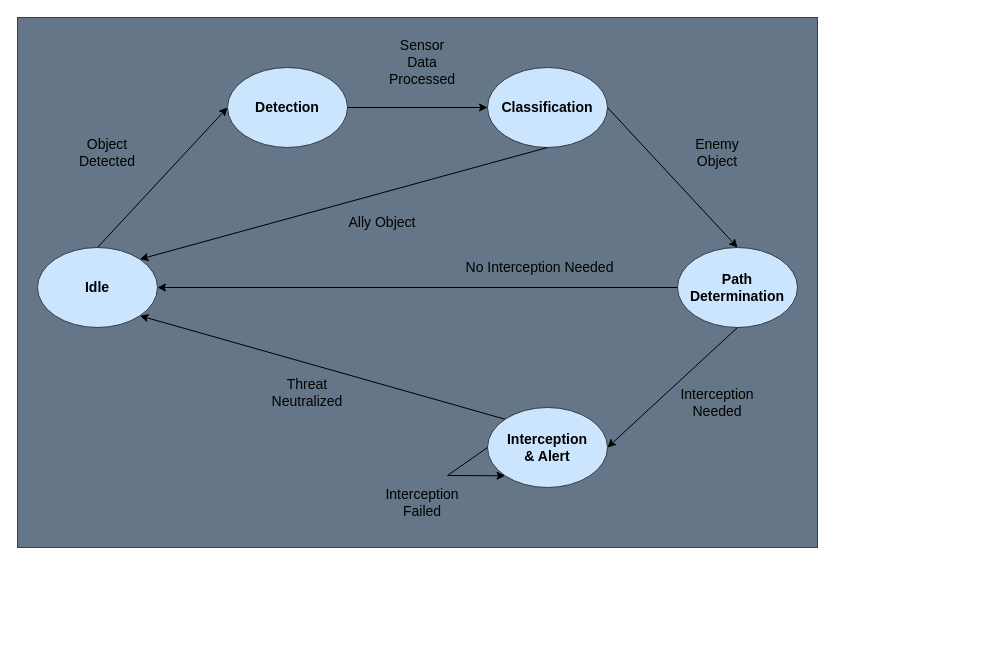
Earlier version of the draw.io diagram systemDesign/FSM v03 - Real-Time ADS.drawio (MuhammadMuazen/ADSFReeRTOS). Source tidied: cells renumbered, new cells numbered last; positions are measured from the earlier drawing's top-left corner, leaving out a move shared by most shapes. Both pictures are drawn from the tidied source at 100%, with x=0, y=0 at pixel (17, 17).
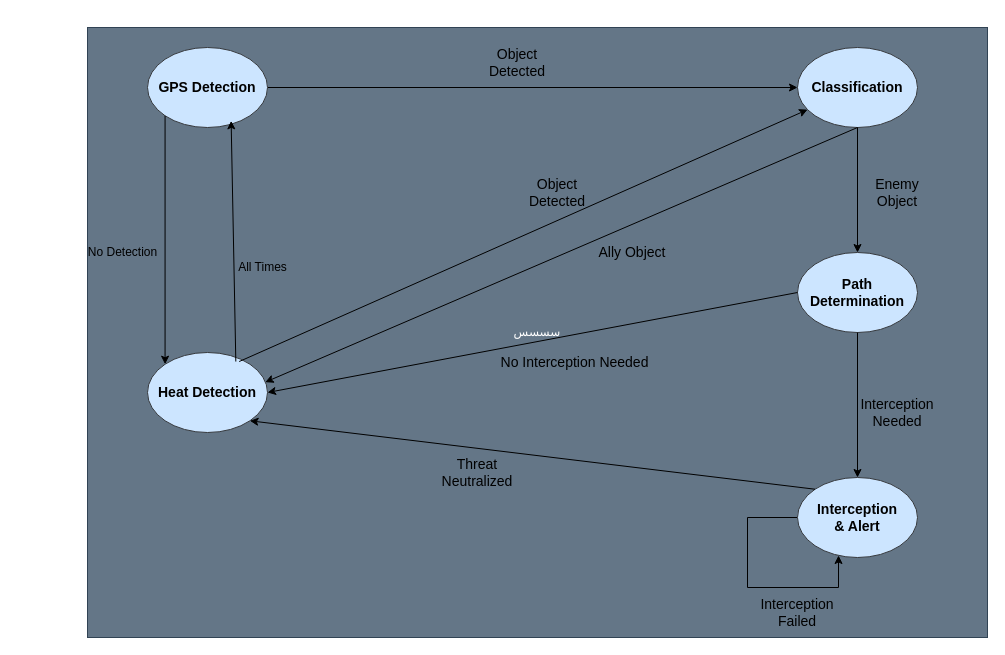
The same diagram, later.

What changed in the source:
```diff
@@
-    <mxCell id="2" style="rounded=0;whiteSpace=wrap;html=1;fillColor=#647687;fontColor=#ffffff;strokeColor=#314354;" parent="1" vertex="1">
-      <mxGeometry width="800" height="530" as="geometry" />
+    <mxCell id="2" value="سسسس" style="rounded=0;whiteSpace=wrap;html=1;fillColor=#647687;fontColor=#ffffff;strokeColor=#314354;" parent="1" vertex="1">
+      <mxGeometry x="70" y="10" width="900" height="610" as="geometry" />
     </mxCell>
-    <mxCell id="3" value="&lt;b style=&quot;font-size: 14px;&quot;&gt;Detection&lt;/b&gt;" style="ellipse;whiteSpace=wrap;html=1;fillColor=#cce5ff;strokeColor=#36393d;fontSize=14;" parent="1" vertex="1">
-      <mxGeometry x="210" y="50" width="120" height="80" as="geometry" />
-    </mxCell>
     <mxCell id="4" value="&lt;b style=&quot;font-size: 14px;&quot;&gt;Classification&lt;/b&gt;" style="ellipse;whiteSpace=wrap;html=1;fillColor=#cce5ff;strokeColor=#36393d;fontSize=14;" parent="1" vertex="1">
-      <mxGeometry x="470" y="50" width="120" height="80" as="geometry" />
+      <mxGeometry x="780" y="30" width="120" height="80" as="geometry" />
     </mxCell>
     <mxCell id="5" value="&lt;b style=&quot;font-size: 14px;&quot;&gt;Path Determination&lt;/b&gt;" style="ellipse;whiteSpace=wrap;html=1;fillColor=#cce5ff;strokeColor=#36393d;fontSize=14;" parent="1" vertex="1">
-      <mxGeometry x="660" y="230" width="120" height="80" as="geometry" />
+      <mxGeometry x="780" y="235" width="120" height="80" as="geometry" />
     </mxCell>
+    <mxCell id="12" style="edgeStyle=orthogonalEdgeStyle;rounded=0;orthogonalLoop=1;jettySize=auto;html=1;exitX=0;exitY=0.5;exitDx=0;exitDy=0;entryX=0.342;entryY=0.975;entryDx=0;entryDy=0;entryPerimeter=0;" parent="1" edge="1" source="6" target="6">
+      <mxGeometry relative="1" as="geometry">
+        <Array as="points">
+          <mxPoint x="730" y="500" />
+          <mxPoint x="730" y="570" />
+          <mxPoint x="821" y="570" />
+        </Array>
+      </mxGeometry>
+    </mxCell>
     <mxCell id="6" value="&lt;div&gt;&lt;b style=&quot;font-size: 14px;&quot;&gt;Interception&lt;/b&gt;&lt;/div&gt;&lt;div&gt;&lt;b style=&quot;font-size: 14px;&quot;&gt;&amp;amp; Alert&lt;/b&gt;&lt;/div&gt;" style="ellipse;whiteSpace=wrap;html=1;fillColor=#cce5ff;strokeColor=#36393d;fontSize=14;" parent="1" vertex="1">
-      <mxGeometry x="470" y="390" width="120" height="80" as="geometry" />
+      <mxGeometry x="780" y="460" width="120" height="80" as="geometry" />
     </mxCell>
-    <mxCell id="7" style="endArrow=classic;html=1;rounded=0;entryX=0;entryY=0.5;entryDx=0;entryDy=0;exitX=1;exitY=0.5;exitDx=0;exitDy=0;" parent="1" edge="1" source="3" target="4">
+    <mxCell id="7" style="endArrow=classic;html=1;rounded=0;entryX=0;entryY=0.5;entryDx=0;entryDy=0;exitX=1;exitY=0.5;exitDx=0;exitDy=0;" parent="1" edge="1" source="24" target="4">
       <mxGeometry relative="1" as="geometry" />
     </mxCell>
-    <mxCell id="8" style="endArrow=classic;html=1;rounded=0;entryX=0;entryY=0.5;entryDx=0;entryDy=0;exitX=0.5;exitY=0;exitDx=0;exitDy=0;" parent="1" edge="1" source="9" target="3">
-      <mxGeometry relative="1" as="geometry" />
-    </mxCell>
-    <mxCell id="9" value="&lt;b style=&quot;font-size: 14px;&quot;&gt;Idle&lt;/b&gt;" style="ellipse;whiteSpace=wrap;html=1;fillColor=#cce5ff;strokeColor=#36393d;fontSize=14;" parent="1" vertex="1">
-      <mxGeometry x="20" y="230" width="120" height="80" as="geometry" />
+    <mxCell id="9" value="&lt;b style=&quot;font-size: 14px;&quot;&gt;Heat Detection&lt;/b&gt;" style="ellipse;whiteSpace=wrap;html=1;fillColor=#cce5ff;strokeColor=#36393d;fontSize=14;" parent="1" vertex="1">
+      <mxGeometry x="130" y="335" width="120" height="80" as="geometry" />
     </mxCell>
-    <mxCell id="10" style="endArrow=classic;html=1;rounded=0;entryX=1;entryY=0.5;entryDx=0;entryDy=0;exitX=0.5;exitY=1;exitDx=0;exitDy=0;" parent="1" edge="1" source="5" target="6">
+    <mxCell id="10" style="endArrow=classic;html=1;rounded=0;exitX=0.5;exitY=1;exitDx=0;exitDy=0;" parent="1" edge="1" source="5" target="6">
       <mxGeometry relative="1" as="geometry" />
     </mxCell>
-    <mxCell id="11" style="endArrow=classic;html=1;rounded=0;entryX=0.5;entryY=0;entryDx=0;entryDy=0;exitX=1;exitY=0.5;exitDx=0;exitDy=0;" parent="1" edge="1" source="4" target="5">
+    <mxCell id="11" style="endArrow=classic;html=1;rounded=0;entryX=0.5;entryY=0;entryDx=0;entryDy=0;exitX=0.5;exitY=1;exitDx=0;exitDy=0;" parent="1" edge="1" source="4" target="5">
       <mxGeometry relative="1" as="geometry" />
     </mxCell>
-    <mxCell id="12" style="endArrow=classic;html=1;rounded=0;entryX=0;entryY=1;entryDx=0;entryDy=0;exitX=0;exitY=0.5;exitDx=0;exitDy=0;" parent="1" edge="1" source="6" target="6">
-      <mxGeometry relative="1" as="geometry">
-        <Array as="points">
-          <mxPoint x="430" y="458" />
-        </Array>
-      </mxGeometry>
-    </mxCell>
     <mxCell id="13" value="Object Detected" style="text;html=1;align=center;verticalAlign=middle;whiteSpace=wrap;rounded=0;strokeWidth=1;fontSize=14;" parent="1" vertex="1">
-      <mxGeometry x="60" y="120" width="60" height="30" as="geometry" />
+      <mxGeometry x="470" y="30" width="60" height="30" as="geometry" />
     </mxCell>
     <mxCell id="14" value="Ally Object" style="text;html=1;align=center;verticalAlign=middle;whiteSpace=wrap;rounded=0;strokeWidth=1;fontSize=14;" parent="1" vertex="1">
-      <mxGeometry x="330" y="190" width="70" height="30" as="geometry" />
+      <mxGeometry x="580" y="220" width="70" height="30" as="geometry" />
     </mxCell>
     <mxCell id="15" value="Enemy Object" style="text;html=1;align=center;verticalAlign=middle;whiteSpace=wrap;rounded=0;strokeWidth=1;fontSize=14;" parent="1" vertex="1">
-      <mxGeometry x="670" y="120" width="60" height="30" as="geometry" />
+      <mxGeometry x="850" y="160" width="60" height="30" as="geometry" />
     </mxCell>
     <mxCell id="16" value="&lt;div style=&quot;font-size: 14px;&quot;&gt;Interception Needed&lt;/div&gt;" style="text;html=1;align=center;verticalAlign=middle;whiteSpace=wrap;rounded=0;strokeWidth=1;fontSize=14;" parent="1" vertex="1">
-      <mxGeometry x="670" y="370" width="60" height="30" as="geometry" />
+      <mxGeometry x="850" y="380" width="60" height="30" as="geometry" />
     </mxCell>
     <mxCell id="17" value="Interception Failed" style="text;html=1;align=center;verticalAlign=middle;whiteSpace=wrap;rounded=0;strokeWidth=1;fontSize=14;" parent="1" vertex="1">
-      <mxGeometry x="375" y="470" width="60" height="30" as="geometry" />
+      <mxGeometry x="750" y="580" width="60" height="30" as="geometry" />
     </mxCell>
     <mxCell id="18" value="Threat Neutralized" style="text;html=1;align=center;verticalAlign=middle;whiteSpace=wrap;rounded=0;strokeWidth=1;fontSize=14;" parent="1" vertex="1">
-      <mxGeometry x="260" y="360" width="60" height="30" as="geometry" />
+      <mxGeometry x="430" y="440" width="60" height="30" as="geometry" />
     </mxCell>
-    <mxCell id="19" style="endArrow=classic;html=1;rounded=0;exitX=0.5;exitY=1;exitDx=0;exitDy=0;entryX=1;entryY=0;entryDx=0;entryDy=0;" parent="1" edge="1" source="4" target="9">
+    <mxCell id="19" style="endArrow=classic;html=1;rounded=0;exitX=0.5;exitY=1;exitDx=0;exitDy=0;entryX=0.981;entryY=0.371;entryDx=0;entryDy=0;entryPerimeter=0;" parent="1" edge="1" source="4" target="9">
       <mxGeometry relative="1" as="geometry" />
     </mxCell>
@@
-    <mxCell id="21" value="&lt;div style=&quot;font-size: 14px;&quot;&gt;Sensor Data &lt;br style=&quot;font-size: 14px;&quot;&gt;&lt;/div&gt;&lt;div style=&quot;font-size: 14px;&quot;&gt;Processed&lt;br style=&quot;font-size: 14px;&quot;&gt;&lt;/div&gt;" style="text;html=1;align=center;verticalAlign=middle;whiteSpace=wrap;rounded=0;strokeWidth=1;fontSize=14;" parent="1" vertex="1">
-      <mxGeometry x="370" y="30" width="70" height="30" as="geometry" />
-    </mxCell>
@@
-    <mxCell id="23" value="No Interception Needed" style="text;html=1;align=center;verticalAlign=middle;whiteSpace=wrap;rounded=0;strokeWidth=1;fontSize=14;" parent="1" vertex="1">
-      <mxGeometry x="435" y="234.5" width="175" height="30" as="geometry" />
+    <mxCell id="23" value="No Interception Needed" style="text;html=1;align=center;verticalAlign=middle;whiteSpace=wrap;rounded=0;strokeWidth=1;fontSize=14;rotation=0;" parent="1" vertex="1">
+      <mxGeometry x="470" y="330" width="175" height="30" as="geometry" />
     </mxCell>
+    <mxCell id="24" value="&lt;b style=&quot;font-size: 14px;&quot;&gt;GPS Detection&lt;/b&gt;" style="ellipse;whiteSpace=wrap;html=1;fillColor=#cce5ff;strokeColor=#36393d;fontSize=14;" parent="1" vertex="1">
+      <mxGeometry x="130" y="30" width="120" height="80" as="geometry" />
+    </mxCell>
+    <mxCell id="25" style="endArrow=classic;html=1;rounded=0;exitX=0.736;exitY=0.113;exitDx=0;exitDy=0;exitPerimeter=0;entryX=0.697;entryY=0.917;entryDx=0;entryDy=0;entryPerimeter=0;" parent="1" edge="1" source="9" target="24">
+      <mxGeometry relative="1" as="geometry" />
+    </mxCell>
+    <mxCell id="26" style="endArrow=classic;html=1;rounded=0;exitX=0;exitY=1;exitDx=0;exitDy=0;entryX=0;entryY=0;entryDx=0;entryDy=0;" parent="1" edge="1" source="24" target="9">
+      <mxGeometry relative="1" as="geometry" />
+    </mxCell>
+    <mxCell id="27" value="All Times" style="text;html=1;align=center;verticalAlign=middle;strokeColor=none;fillColor=none;" parent="1" vertex="1">
+      <mxGeometry x="210" y="235" width="70" height="30" as="geometry" />
+    </mxCell>
+    <mxCell id="28" value="No Detection" style="text;html=1;align=center;verticalAlign=middle;strokeColor=none;fillColor=none;" parent="1" vertex="1">
+      <mxGeometry x="60" y="220" width="90" height="30" as="geometry" />
+    </mxCell>
+    <mxCell id="29" style="endArrow=classic;html=1;rounded=0;exitX=0.764;exitY=0.113;exitDx=0;exitDy=0;exitPerimeter=0;" parent="1" edge="1" source="9" target="4">
+      <mxGeometry relative="1" as="geometry" />
+    </mxCell>
+    <mxCell id="30" value="Object Detected" style="text;html=1;align=center;verticalAlign=middle;whiteSpace=wrap;rounded=0;strokeWidth=1;fontSize=14;" parent="1" vertex="1">
+      <mxGeometry x="510" y="160" width="60" height="30" as="geometry" />
+    </mxCell>
```
